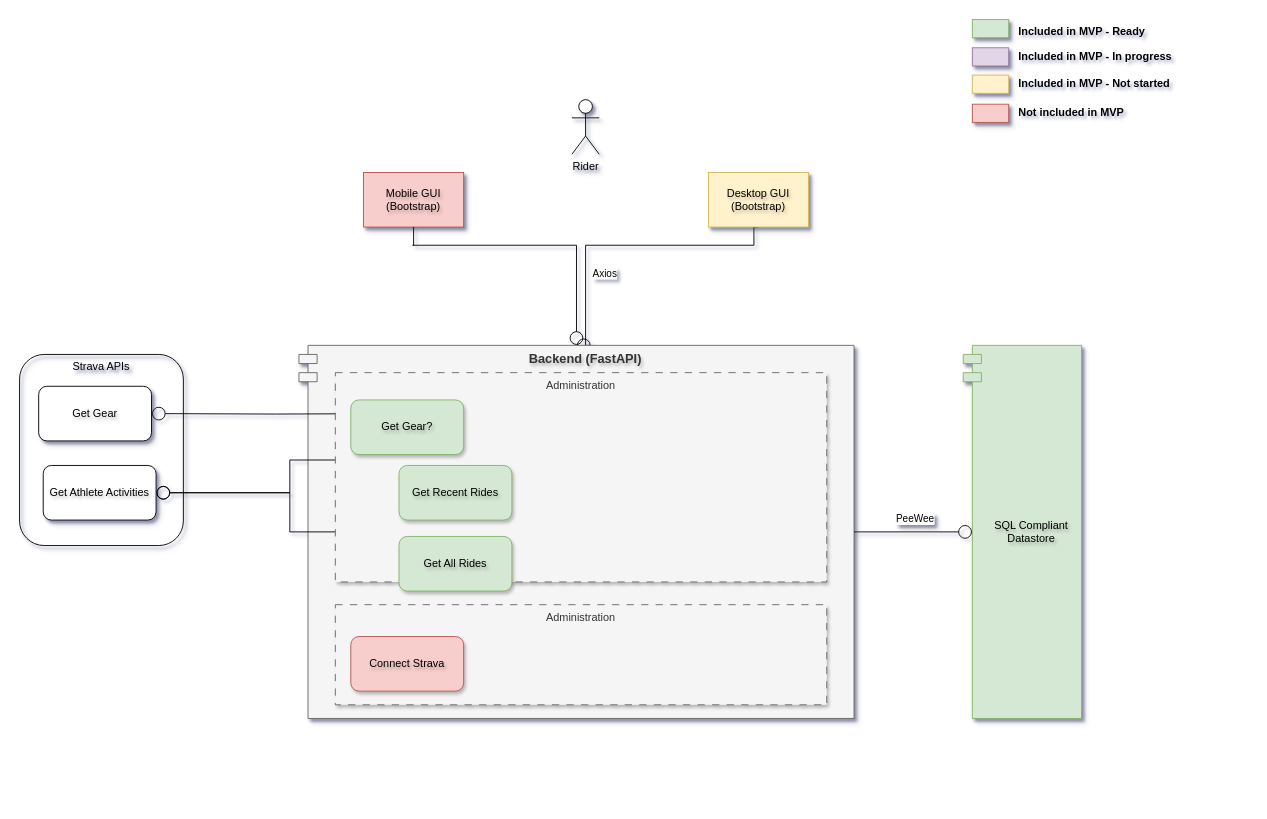
Above: page "Application architecture" (1 of 5) of docs/all_diagrams.drawio in xivind/velo-supervisor-2000 (draw.io), before the change. Source tidied: cells renumbered, new cells numbered last; positions are measured from the earlier drawing's top-left corner, leaving out a move shared by most shapes. Both pictures are drawn from the tidied source at 91%, with x=0, y=0 at pixel (19, 17).
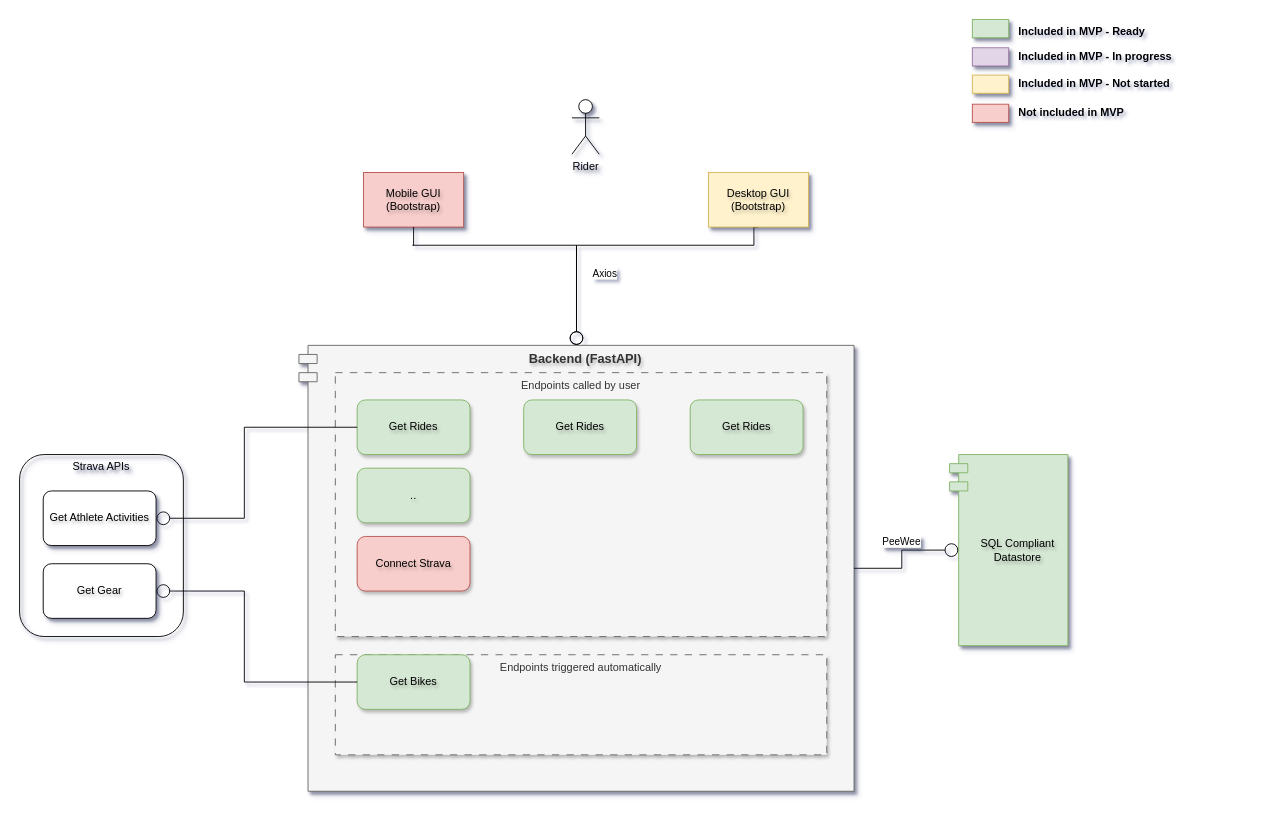
The same page after the edit.

Unchanged cells that the change refers to:
```xml
<mxCell id="5" value="Desktop GUI (Bootstrap)" style="rounded=0;whiteSpace=wrap;html=1;verticalAlign=middle;textShadow=1;shadow=1;fillColor=#fff2cc;strokeColor=#d6b656;" parent="1" vertex="1">
  <mxGeometry x="757" y="170" width="110" height="60" as="geometry" />
</mxCell>
```

Diff of the diagram source:
```diff
@@
     <mxCell id="3" style="edgeStyle=orthogonalEdgeStyle;rounded=0;jettySize=auto;html=1;endArrow=circle;endFill=0;textShadow=1;exitX=0.5;exitY=1;exitDx=0;exitDy=0;entryX=0.5;entryY=0;entryDx=0;entryDy=0;" parent="1" edge="1" source="5" target="6">
       <mxGeometry relative="1" as="geometry">
         <Array as="points">
           <mxPoint x="807" y="230" />
           <mxPoint x="807" y="250" />
-          <mxPoint x="622" y="250" />
+          <mxPoint x="612" y="250" />
         </Array>
       </mxGeometry>
     </mxCell>
@@
     <mxCell id="6" value="Backend (FastAPI)" style="shape=module;align=left;spacingLeft=20;align=center;verticalAlign=top;whiteSpace=wrap;html=1;textShadow=1;shadow=1;fillColor=#f5f5f5;fontColor=#333333;strokeColor=#666666;fontSize=14;fontStyle=1;" parent="1" vertex="1">
-      <mxGeometry x="307" y="360" width="610" height="410" as="geometry" />
+      <mxGeometry x="307" y="360" width="610" height="490" as="geometry" />
     </mxCell>
@@
     <mxCell id="8" value="Strava APIs" style="rounded=1;whiteSpace=wrap;html=1;fillColor=none;textShadow=1;shadow=1;verticalAlign=top;" parent="1" vertex="1">
-      <mxGeometry y="370" width="180" height="210" as="geometry" />
+      <mxGeometry y="480" width="180" height="200" as="geometry" />
     </mxCell>
-    <mxCell id="9" style="edgeStyle=orthogonalEdgeStyle;rounded=0;jettySize=auto;html=1;endArrow=circle;endFill=0;textShadow=1;exitX=0;exitY=0;exitDx=0;exitDy=35;exitPerimeter=0;" parent="1" edge="1" target="10">
-      <mxGeometry relative="1" as="geometry">
-        <mxPoint x="417" y="435" as="sourcePoint" />
-      </mxGeometry>
-    </mxCell>
-    <mxCell id="10" value="Get Gear" style="rounded=1;whiteSpace=wrap;html=1;textShadow=1;shadow=1;verticalAlign=middle;" parent="1" vertex="1">
-      <mxGeometry x="21" y="405" width="124" height="60" as="geometry" />
+    <mxCell id="10" value="Get Athlete Activities" style="rounded=1;whiteSpace=wrap;html=1;textShadow=1;shadow=1;verticalAlign=middle;" parent="1" vertex="1">
+      <mxGeometry x="26" y="520" width="124" height="60" as="geometry" />
     </mxCell>
-    <mxCell id="11" value="Get Athlete Activities" style="rounded=1;whiteSpace=wrap;html=1;textShadow=1;shadow=1;verticalAlign=middle;" parent="1" vertex="1">
-      <mxGeometry x="26" y="492" width="124" height="60" as="geometry" />
+    <mxCell id="11" value="Get Gear" style="rounded=1;whiteSpace=wrap;html=1;textShadow=1;shadow=1;verticalAlign=middle;" parent="1" vertex="1">
+      <mxGeometry x="26" y="600" width="124" height="60" as="geometry" />
     </mxCell>
-    <mxCell id="12" style="edgeStyle=orthogonalEdgeStyle;rounded=0;jettySize=auto;html=1;endArrow=circle;endFill=0;textShadow=1;exitX=0;exitY=0;exitDx=0;exitDy=15;exitPerimeter=0;" parent="1" edge="1" target="11">
-      <mxGeometry relative="1" as="geometry">
-        <mxPoint x="417" y="486" as="sourcePoint" />
-        <Array as="points">
-          <mxPoint x="297" y="486" />
-          <mxPoint x="297" y="522" />
-        </Array>
-      </mxGeometry>
-    </mxCell>
-    <mxCell id="13" style="edgeStyle=orthogonalEdgeStyle;rounded=0;jettySize=auto;html=1;endArrow=circle;endFill=0;textShadow=1;exitX=0;exitY=0;exitDx=0;exitDy=15;exitPerimeter=0;entryX=1;entryY=0.5;entryDx=0;entryDy=0;" parent="1" edge="1" target="11">
-      <mxGeometry relative="1" as="geometry">
-        <mxPoint x="417" y="565" as="sourcePoint" />
-        <Array as="points">
-          <mxPoint x="297" y="565" />
-          <mxPoint x="297" y="522" />
-        </Array>
-      </mxGeometry>
-    </mxCell>
@@
     <mxCell id="15" value="SQL Compliant Datastore" style="shape=module;align=left;spacingLeft=20;align=center;verticalAlign=middle;whiteSpace=wrap;html=1;fillColor=#d5e8d4;strokeColor=#82b366;textShadow=1;shadow=1;" parent="1" vertex="1">
-      <mxGeometry x="1037" y="360" width="130" height="410" as="geometry" />
+      <mxGeometry x="1022" y="480" width="130" height="210" as="geometry" />
     </mxCell>
@@
-    <mxCell id="26" value="Administration" style="rounded=0;whiteSpace=wrap;html=1;verticalAlign=top;dashed=1;dashPattern=8 8;fillColor=#f5f5f5;fontColor=#333333;strokeColor=#666666;glass=0;shadow=1;" parent="1" vertex="1">
-      <mxGeometry x="347" y="645" width="540" height="110" as="geometry" />
-    </mxCell>
-    <mxCell id="27" value="Connect Strava" style="rounded=1;whiteSpace=wrap;html=1;textShadow=1;shadow=1;verticalAlign=middle;fillColor=#f8cecc;strokeColor=#b85450;" parent="1" vertex="1">
-      <mxGeometry x="364" y="680" width="124" height="60" as="geometry" />
-    </mxCell>
-    <mxCell id="28" value="Administration" style="rounded=0;whiteSpace=wrap;html=1;verticalAlign=top;dashed=1;dashPattern=8 8;fillColor=#f5f5f5;fontColor=#333333;strokeColor=#666666;glass=0;shadow=1;" parent="1" vertex="1">
-      <mxGeometry x="347" y="390" width="540" height="230" as="geometry" />
+    <mxCell id="28" value="Endpoints called by user" style="rounded=0;whiteSpace=wrap;html=1;verticalAlign=top;dashed=1;dashPattern=8 8;fillColor=#f5f5f5;fontColor=#333333;strokeColor=#666666;glass=0;shadow=1;" parent="1" vertex="1">
+      <mxGeometry x="347" y="390" width="540" height="290" as="geometry" />
     </mxCell>
-    <mxCell id="29" value="Get Recent Rides" style="rounded=1;whiteSpace=wrap;html=1;textShadow=1;shadow=1;verticalAlign=middle;fillColor=#d5e8d4;strokeColor=#82b366;" parent="1" vertex="1">
-      <mxGeometry x="417" y="492" width="124" height="60" as="geometry" />
+    <mxCell id="29" value=".." style="rounded=1;whiteSpace=wrap;html=1;textShadow=1;shadow=1;verticalAlign=middle;fillColor=#d5e8d4;strokeColor=#82b366;" parent="1" vertex="1">
+      <mxGeometry x="371" y="495" width="124" height="60" as="geometry" />
     </mxCell>
-    <mxCell id="30" value="Get Gear?" style="rounded=1;whiteSpace=wrap;html=1;textShadow=1;shadow=1;verticalAlign=middle;fillColor=#d5e8d4;strokeColor=#82b366;" parent="1" vertex="1">
-      <mxGeometry x="364" y="420" width="124" height="60" as="geometry" />
-    </mxCell>
-    <mxCell id="31" value="Get All Rides" style="rounded=1;whiteSpace=wrap;html=1;textShadow=1;shadow=1;verticalAlign=middle;fillColor=#d5e8d4;strokeColor=#82b366;" parent="1" vertex="1">
-      <mxGeometry x="417" y="570" width="124" height="60" as="geometry" />
+    <mxCell id="31" value="Get Rides" style="rounded=1;whiteSpace=wrap;html=1;textShadow=1;shadow=1;verticalAlign=middle;fillColor=#d5e8d4;strokeColor=#82b366;" parent="1" vertex="1">
+      <mxGeometry x="371" y="420" width="124" height="60" as="geometry" />
     </mxCell>
+    <mxCell id="27" value="Connect Strava" style="rounded=1;whiteSpace=wrap;html=1;textShadow=1;shadow=1;verticalAlign=middle;fillColor=#f8cecc;strokeColor=#b85450;" parent="1" vertex="1">
+      <mxGeometry x="371" y="570" width="124" height="60" as="geometry" />
+    </mxCell>
+    <mxCell id="32" value="Endpoints triggered automatically" style="rounded=0;whiteSpace=wrap;html=1;verticalAlign=top;dashed=1;dashPattern=8 8;fillColor=#f5f5f5;fontColor=#333333;strokeColor=#666666;glass=0;shadow=1;" parent="1" vertex="1">
+      <mxGeometry x="347" y="700" width="540" height="110" as="geometry" />
+    </mxCell>
+    <mxCell id="33" value="Get Bikes" style="rounded=1;whiteSpace=wrap;html=1;textShadow=1;shadow=1;verticalAlign=middle;fillColor=#d5e8d4;strokeColor=#82b366;" parent="1" vertex="1">
+      <mxGeometry x="371" y="700" width="124" height="60" as="geometry" />
+    </mxCell>
+    <mxCell id="13" style="edgeStyle=orthogonalEdgeStyle;rounded=0;jettySize=auto;html=1;endArrow=circle;endFill=0;textShadow=1;exitX=0;exitY=0.5;exitDx=0;exitDy=0;entryX=1;entryY=0.5;entryDx=0;entryDy=0;" parent="1" edge="1" source="33" target="11">
+      <mxGeometry relative="1" as="geometry">
+        <Array as="points">
+          <mxPoint x="247" y="730" />
+          <mxPoint x="247" y="630" />
+        </Array>
+      </mxGeometry>
+    </mxCell>
+    <mxCell id="9" style="edgeStyle=orthogonalEdgeStyle;rounded=0;jettySize=auto;html=1;endArrow=circle;endFill=0;textShadow=1;exitX=0;exitY=0.5;exitDx=0;exitDy=0;" parent="1" edge="1" source="31" target="10">
+      <mxGeometry relative="1" as="geometry">
+        <Array as="points">
+          <mxPoint x="247" y="450" />
+          <mxPoint x="247" y="550" />
+        </Array>
+      </mxGeometry>
+    </mxCell>
+    <mxCell id="34" value="Get Rides" style="rounded=1;whiteSpace=wrap;html=1;textShadow=1;shadow=1;verticalAlign=middle;fillColor=#d5e8d4;strokeColor=#82b366;" parent="1" vertex="1">
+      <mxGeometry x="554" y="420" width="124" height="60" as="geometry" />
+    </mxCell>
+    <mxCell id="35" value="Get Rides" style="rounded=1;whiteSpace=wrap;html=1;textShadow=1;shadow=1;verticalAlign=middle;fillColor=#d5e8d4;strokeColor=#82b366;" parent="1" vertex="1">
+      <mxGeometry x="737" y="420" width="124" height="60" as="geometry" />
+    </mxCell>
```
